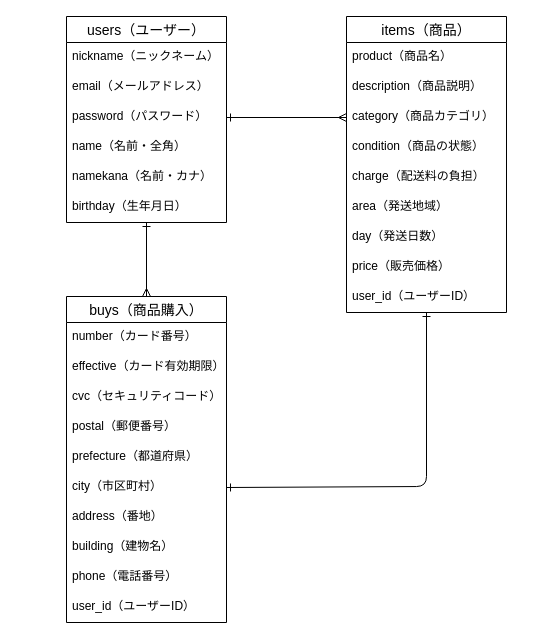
Before: furima.dio in tomoyaohashi/furima-39361, a draw.io diagram. Source tidied: cells renumbered, new cells numbered last; positions are measured from the earlier drawing's top-left corner, leaving out a move shared by most shapes. Both pictures are drawn from the tidied source at 100%, with x=0, y=0 at pixel (66, 16).
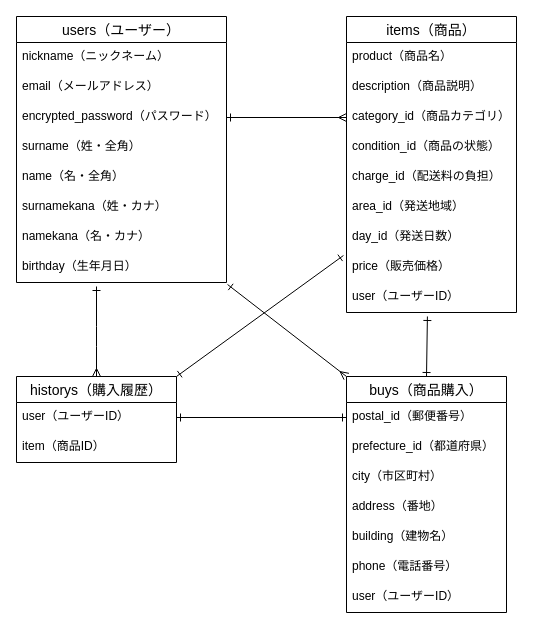
The same page after the edit.

The edit, as a diff of the source:
```diff
@@
-    <mxCell id="3" style="edgeStyle=none;html=1;entryX=0.5;entryY=0;entryDx=0;entryDy=0;startArrow=ERone;startFill=0;endArrow=ERmany;endFill=0;" parent="1" edge="1" source="4" target="22">
+    <mxCell id="3" style="edgeStyle=none;html=1;entryX=0;entryY=0;entryDx=0;entryDy=0;startArrow=ERone;startFill=0;endArrow=ERmany;endFill=0;exitX=1.005;exitY=1.067;exitDx=0;exitDy=0;exitPerimeter=0;" parent="1" edge="1" source="10" target="22">
       <mxGeometry relative="1" as="geometry" />
     </mxCell>
     <mxCell id="4" value="users（ユーザー）" style="swimlane;fontStyle=0;horizontal=1;startSize=26;align=center;fontSize=14;" parent="1" vertex="1">
-      <mxGeometry width="160" height="206" as="geometry" />
+      <mxGeometry x="-50" width="210" height="266" as="geometry" />
     </mxCell>
     <mxCell id="5" value="nickname（ニックネーム）" style="text;strokeColor=none;fillColor=none;spacingLeft=4;spacingRight=4;overflow=hidden;fontSize=12;" parent="4" vertex="1">
-      <mxGeometry y="26" width="160" height="30" as="geometry" />
+      <mxGeometry y="26" width="210" height="30" as="geometry" />
     </mxCell>
     <mxCell id="6" value="email（メールアドレス）" style="text;strokeColor=none;fillColor=none;spacingLeft=4;spacingRight=4;overflow=hidden;fontSize=12;" parent="4" vertex="1">
-      <mxGeometry y="56" width="160" height="30" as="geometry" />
+      <mxGeometry y="56" width="210" height="30" as="geometry" />
     </mxCell>
-    <mxCell id="7" value="password（パスワード）" style="text;strokeColor=none;fillColor=none;spacingLeft=4;spacingRight=4;overflow=hidden;points=[[0,0.5],[1,0.5]];portConstraint=eastwest;fontSize=12;" parent="4" vertex="1">
-      <mxGeometry y="86" width="160" height="30" as="geometry" />
+    <mxCell id="7" value="encrypted_password（パスワード）" style="text;strokeColor=none;fillColor=none;spacingLeft=4;spacingRight=4;overflow=hidden;points=[[0,0.5],[1,0.5]];portConstraint=eastwest;fontSize=12;" parent="4" vertex="1">
+      <mxGeometry y="86" width="210" height="30" as="geometry" />
     </mxCell>
-    <mxCell id="8" value="name（名前・全角）" style="text;strokeColor=none;fillColor=none;spacingLeft=4;spacingRight=4;overflow=hidden;fontSize=12;" parent="4" vertex="1">
-      <mxGeometry y="116" width="160" height="30" as="geometry" />
+    <mxCell id="8" value="surname（姓・全角）" style="text;strokeColor=none;fillColor=none;spacingLeft=4;spacingRight=4;overflow=hidden;fontSize=12;" parent="4" vertex="1">
+      <mxGeometry y="116" width="210" height="30" as="geometry" />
     </mxCell>
+    <mxCell id="33" value="name（名・全角）" style="text;strokeColor=none;fillColor=none;spacingLeft=4;spacingRight=4;overflow=hidden;fontSize=12;" parent="4" vertex="1">
+      <mxGeometry y="146" width="210" height="30" as="geometry" />
+    </mxCell>
-    <mxCell id="9" value="namekana（名前・カナ）" style="text;strokeColor=none;fillColor=none;spacingLeft=4;spacingRight=4;overflow=hidden;fontSize=12;" parent="4" vertex="1">
-      <mxGeometry y="146" width="160" height="30" as="geometry" />
+    <mxCell id="9" value="surnamekana（姓・カナ）" style="text;strokeColor=none;fillColor=none;spacingLeft=4;spacingRight=4;overflow=hidden;fontSize=12;" parent="4" vertex="1">
+      <mxGeometry y="176" width="210" height="30" as="geometry" />
     </mxCell>
+    <mxCell id="34" value="namekana（名・カナ）" style="text;strokeColor=none;fillColor=none;spacingLeft=4;spacingRight=4;overflow=hidden;fontSize=12;" parent="4" vertex="1">
+      <mxGeometry y="206" width="210" height="30" as="geometry" />
+    </mxCell>
     <mxCell id="10" value="birthday（生年月日）" style="text;strokeColor=none;fillColor=none;spacingLeft=4;spacingRight=4;overflow=hidden;points=[[0,0.5],[1,0.5]];portConstraint=eastwest;fontSize=12;" parent="4" vertex="1">
-      <mxGeometry y="176" width="160" height="30" as="geometry" />
+      <mxGeometry y="236" width="210" height="30" as="geometry" />
     </mxCell>
-    <mxCell id="11" style="edgeStyle=none;html=1;entryX=1;entryY=0.5;entryDx=0;entryDy=0;startArrow=ERone;startFill=0;endArrow=ERone;endFill=0;" parent="1" edge="1" source="12" target="28">
-      <mxGeometry relative="1" as="geometry">
-        <Array as="points">
-          <mxPoint x="360" y="470" />
-        </Array>
-      </mxGeometry>
+    <mxCell id="11" style="edgeStyle=none;html=1;entryX=0.5;entryY=0;entryDx=0;entryDy=0;startArrow=ERone;startFill=0;endArrow=ERone;endFill=0;exitX=0.476;exitY=1.133;exitDx=0;exitDy=0;exitPerimeter=0;" parent="1" edge="1" source="21" target="22">
+      <mxGeometry relative="1" as="geometry" />
     </mxCell>
     <mxCell id="12" value="items（商品）" style="swimlane;fontStyle=0;horizontal=1;startSize=26;align=center;fontSize=14;" parent="1" vertex="1">
-      <mxGeometry x="280" width="160" height="296" as="geometry" />
+      <mxGeometry x="280" width="170" height="296" as="geometry" />
     </mxCell>
     <mxCell id="13" value="product（商品名）" style="text;strokeColor=none;fillColor=none;spacingLeft=4;spacingRight=4;overflow=hidden;fontSize=12;" parent="12" vertex="1">
-      <mxGeometry y="26" width="160" height="30" as="geometry" />
+      <mxGeometry y="26" width="170" height="30" as="geometry" />
     </mxCell>
     <mxCell id="14" value="description（商品説明）" style="text;strokeColor=none;fillColor=none;spacingLeft=4;spacingRight=4;overflow=hidden;fontSize=12;" parent="12" vertex="1">
-      <mxGeometry y="56" width="160" height="30" as="geometry" />
+      <mxGeometry y="56" width="170" height="30" as="geometry" />
     </mxCell>
-    <mxCell id="15" value="category（商品カテゴリ）" style="text;strokeColor=none;fillColor=none;spacingLeft=4;spacingRight=4;overflow=hidden;points=[[0,0.5],[1,0.5]];portConstraint=eastwest;fontSize=12;" parent="12" vertex="1">
-      <mxGeometry y="86" width="160" height="30" as="geometry" />
+    <mxCell id="15" value="category_id（商品カテゴリ）" style="text;strokeColor=none;fillColor=none;spacingLeft=4;spacingRight=4;overflow=hidden;points=[[0,0.5],[1,0.5]];portConstraint=eastwest;fontSize=12;" parent="12" vertex="1">
+      <mxGeometry y="86" width="170" height="30" as="geometry" />
     </mxCell>
-    <mxCell id="16" value="condition（商品の状態）" style="text;strokeColor=none;fillColor=none;spacingLeft=4;spacingRight=4;overflow=hidden;fontSize=12;" parent="12" vertex="1">
-      <mxGeometry y="116" width="160" height="30" as="geometry" />
+    <mxCell id="16" value="condition_id（商品の状態）" style="text;strokeColor=none;fillColor=none;spacingLeft=4;spacingRight=4;overflow=hidden;fontSize=12;" parent="12" vertex="1">
+      <mxGeometry y="116" width="170" height="30" as="geometry" />
     </mxCell>
-    <mxCell id="17" value="charge（配送料の負担）" style="text;strokeColor=none;fillColor=none;spacingLeft=4;spacingRight=4;overflow=hidden;fontSize=12;" parent="12" vertex="1">
-      <mxGeometry y="146" width="160" height="30" as="geometry" />
+    <mxCell id="17" value="charge_id（配送料の負担）" style="text;strokeColor=none;fillColor=none;spacingLeft=4;spacingRight=4;overflow=hidden;fontSize=12;" parent="12" vertex="1">
+      <mxGeometry y="146" width="170" height="30" as="geometry" />
     </mxCell>
-    <mxCell id="18" value="area（発送地域）" style="text;strokeColor=none;fillColor=none;spacingLeft=4;spacingRight=4;overflow=hidden;fontSize=12;" parent="12" vertex="1">
-      <mxGeometry y="176" width="160" height="30" as="geometry" />
+    <mxCell id="18" value="area_id（発送地域）" style="text;strokeColor=none;fillColor=none;spacingLeft=4;spacingRight=4;overflow=hidden;fontSize=12;" parent="12" vertex="1">
+      <mxGeometry y="176" width="170" height="30" as="geometry" />
     </mxCell>
-    <mxCell id="19" value="day（発送日数）" style="text;strokeColor=none;fillColor=none;spacingLeft=4;spacingRight=4;overflow=hidden;fontSize=12;" parent="12" vertex="1">
-      <mxGeometry y="206" width="160" height="30" as="geometry" />
+    <mxCell id="19" value="day_id（発送日数）" style="text;strokeColor=none;fillColor=none;spacingLeft=4;spacingRight=4;overflow=hidden;fontSize=12;" parent="12" vertex="1">
+      <mxGeometry y="206" width="170" height="30" as="geometry" />
     </mxCell>
     <mxCell id="20" value="price（販売価格）" style="text;strokeColor=none;fillColor=none;spacingLeft=4;spacingRight=4;overflow=hidden;points=[[0,0.5],[1,0.5]];portConstraint=eastwest;fontSize=12;" parent="12" vertex="1">
-      <mxGeometry y="236" width="160" height="30" as="geometry" />
+      <mxGeometry y="236" width="170" height="30" as="geometry" />
     </mxCell>
-    <mxCell id="21" value="user_id（ユーザーID）" style="text;strokeColor=none;fillColor=none;spacingLeft=4;spacingRight=4;overflow=hidden;points=[[0,0.5],[1,0.5]];portConstraint=eastwest;fontSize=12;" parent="12" vertex="1">
-      <mxGeometry y="266" width="160" height="30" as="geometry" />
+    <mxCell id="21" value="user（ユーザーID）" style="text;strokeColor=none;fillColor=none;spacingLeft=4;spacingRight=4;overflow=hidden;points=[[0,0.5],[1,0.5]];portConstraint=eastwest;fontSize=12;" parent="12" vertex="1">
+      <mxGeometry y="266" width="170" height="30" as="geometry" />
     </mxCell>
     <mxCell id="22" value="buys（商品購入）" style="swimlane;fontStyle=0;horizontal=1;startSize=26;align=center;fontSize=14;" parent="1" vertex="1">
-      <mxGeometry y="280" width="160" height="326" as="geometry" />
+      <mxGeometry x="280" y="360" width="160" height="236" as="geometry" />
     </mxCell>
-    <mxCell id="23" value="number（カード番号）" style="text;strokeColor=none;fillColor=none;spacingLeft=4;spacingRight=4;overflow=hidden;fontSize=12;" parent="22" vertex="1">
-      <mxGeometry y="26" width="160" height="30" as="geometry" />
-    </mxCell>
-    <mxCell id="24" value="effective（カード有効期限）" style="text;strokeColor=none;fillColor=none;spacingLeft=4;spacingRight=4;overflow=hidden;fontSize=12;" parent="22" vertex="1">
-      <mxGeometry y="56" width="160" height="30" as="geometry" />
-    </mxCell>
-    <mxCell id="25" value="cvc（セキュリティコード）" style="text;strokeColor=none;fillColor=none;spacingLeft=4;spacingRight=4;overflow=hidden;fontSize=12;" parent="22" vertex="1">
-      <mxGeometry y="86" width="160" height="30" as="geometry" />
-    </mxCell>
-    <mxCell id="26" value="postal（郵便番号）" style="text;strokeColor=none;fillColor=none;spacingLeft=4;spacingRight=4;overflow=hidden;points=[[0,0.5],[1,0.5]];portConstraint=eastwest;fontSize=12;" parent="22" vertex="1">
-      <mxGeometry y="116" width="160" height="30" as="geometry" />
+    <mxCell id="26" value="postal_id（郵便番号）" style="text;strokeColor=none;fillColor=none;spacingLeft=4;spacingRight=4;overflow=hidden;points=[[0,0.5],[1,0.5]];portConstraint=eastwest;fontSize=12;" parent="22" vertex="1">
+      <mxGeometry y="26" width="160" height="30" as="geometry" />
     </mxCell>
-    <mxCell id="27" value="prefecture（都道府県）" style="text;strokeColor=none;fillColor=none;spacingLeft=4;spacingRight=4;overflow=hidden;fontSize=12;" parent="22" vertex="1">
-      <mxGeometry y="146" width="160" height="30" as="geometry" />
+    <mxCell id="27" value="prefecture_id（都道府県）" style="text;strokeColor=none;fillColor=none;spacingLeft=4;spacingRight=4;overflow=hidden;fontSize=12;" parent="22" vertex="1">
+      <mxGeometry y="56" width="160" height="30" as="geometry" />
     </mxCell>
     <mxCell id="28" value="city（市区町村）" style="text;strokeColor=none;fillColor=none;spacingLeft=4;spacingRight=4;overflow=hidden;points=[[0,0.5],[1,0.5]];portConstraint=eastwest;fontSize=12;" parent="22" vertex="1">
-      <mxGeometry y="176" width="160" height="30" as="geometry" />
+      <mxGeometry y="86" width="160" height="30" as="geometry" />
     </mxCell>
     <mxCell id="29" value="address（番地）" style="text;strokeColor=none;fillColor=none;spacingLeft=4;spacingRight=4;overflow=hidden;fontSize=12;" parent="22" vertex="1">
-      <mxGeometry y="206" width="160" height="30" as="geometry" />
+      <mxGeometry y="116" width="160" height="30" as="geometry" />
     </mxCell>
     <mxCell id="30" value="building（建物名）" style="text;strokeColor=none;fillColor=none;spacingLeft=4;spacingRight=4;overflow=hidden;fontSize=12;" parent="22" vertex="1">
-      <mxGeometry y="236" width="160" height="30" as="geometry" />
+      <mxGeometry y="146" width="160" height="30" as="geometry" />
     </mxCell>
     <mxCell id="31" value="phone（電話番号）" style="text;strokeColor=none;fillColor=none;spacingLeft=4;spacingRight=4;overflow=hidden;fontSize=12;" parent="22" vertex="1">
-      <mxGeometry y="266" width="160" height="30" as="geometry" />
+      <mxGeometry y="176" width="160" height="30" as="geometry" />
     </mxCell>
-    <mxCell id="32" value="user_id（ユーザーID）" style="text;strokeColor=none;fillColor=none;spacingLeft=4;spacingRight=4;overflow=hidden;fontSize=12;" parent="22" vertex="1">
-      <mxGeometry y="296" width="160" height="30" as="geometry" />
+    <mxCell id="32" value="user（ユーザーID）" style="text;strokeColor=none;fillColor=none;spacingLeft=4;spacingRight=4;overflow=hidden;fontSize=12;" parent="22" vertex="1">
+      <mxGeometry y="206" width="160" height="30" as="geometry" />
     </mxCell>
+    <mxCell id="35" style="edgeStyle=none;html=1;exitX=0.5;exitY=0;exitDx=0;exitDy=0;endArrow=ERone;endFill=0;startArrow=ERmany;startFill=0;" parent="1" edge="1" source="37">
+      <mxGeometry relative="1" as="geometry">
+        <mxPoint x="30" y="270" as="targetPoint" />
+        <Array as="points">
+          <mxPoint x="30" y="320" />
+        </Array>
+      </mxGeometry>
+    </mxCell>
+    <mxCell id="36" style="edgeStyle=none;html=1;startArrow=ERone;startFill=0;endArrow=ERone;endFill=0;entryX=-0.018;entryY=0.1;entryDx=0;entryDy=0;entryPerimeter=0;exitX=1;exitY=0;exitDx=0;exitDy=0;" parent="1" edge="1" source="37" target="20">
+      <mxGeometry relative="1" as="geometry" />
+    </mxCell>
+    <mxCell id="37" value="historys（購入履歴）" style="swimlane;fontStyle=0;horizontal=1;startSize=26;align=center;fontSize=14;" parent="1" vertex="1">
+      <mxGeometry x="-50" y="360" width="160" height="86" as="geometry" />
+    </mxCell>
+    <mxCell id="38" value="user（ユーザーID）" style="text;strokeColor=none;fillColor=none;spacingLeft=4;spacingRight=4;overflow=hidden;points=[[0,0.5],[1,0.5]];portConstraint=eastwest;fontSize=12;" parent="37" vertex="1">
+      <mxGeometry y="26" width="160" height="30" as="geometry" />
+    </mxCell>
+    <mxCell id="39" value="item（商品ID）" style="text;strokeColor=none;fillColor=none;spacingLeft=4;spacingRight=4;overflow=hidden;fontSize=12;" parent="37" vertex="1">
+      <mxGeometry y="56" width="160" height="30" as="geometry" />
+    </mxCell>
+    <mxCell id="40" style="edgeStyle=none;html=1;exitX=1;exitY=0.5;exitDx=0;exitDy=0;entryX=0;entryY=0.5;entryDx=0;entryDy=0;endArrow=ERone;endFill=0;startArrow=ERone;startFill=0;" parent="1" edge="1" source="38" target="26">
+      <mxGeometry relative="1" as="geometry" />
+    </mxCell>
```
